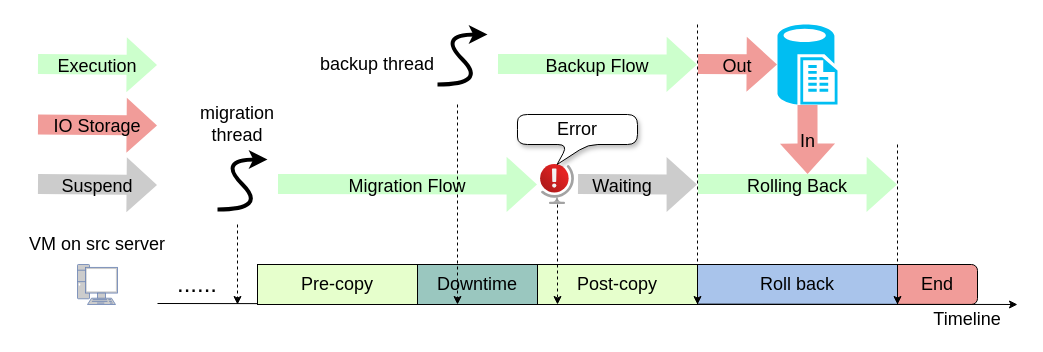
Above: qemu-migration/postcopy error roll back timeline.drawio in xuyizhe1999/drawio (draw.io), before the change. Source tidied: cells renumbered, new cells numbered last; positions are measured from the earlier drawing's top-left corner, leaving out a move shared by most shapes. Both pictures are drawn from the tidied source at 100%, with x=0, y=0 at pixel (17, 24).
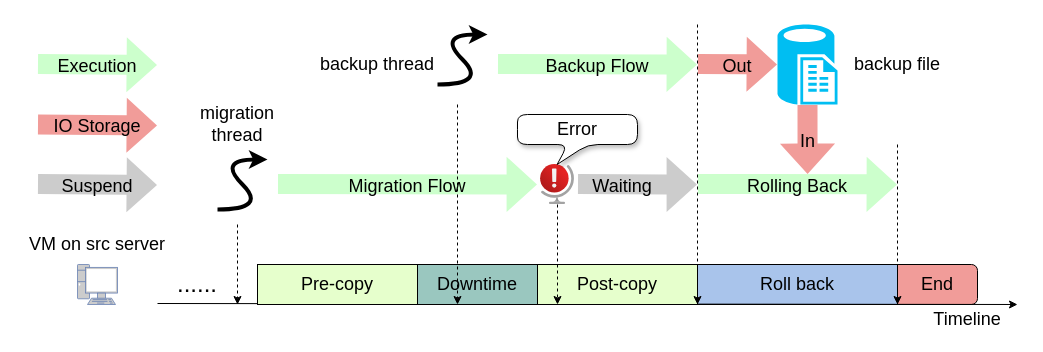
After the change.

Change to the diagram source:
```diff
@@
+    <mxCell id="44" value="&lt;font style=&quot;font-size: 18px;&quot;&gt;backup file&lt;/font&gt;" style="text;html=1;strokeColor=none;fillColor=none;align=center;verticalAlign=middle;whiteSpace=wrap;rounded=0;" parent="1" vertex="1">
+      <mxGeometry x="820" y="15" width="120" height="50" as="geometry" />
+    </mxCell>
```
